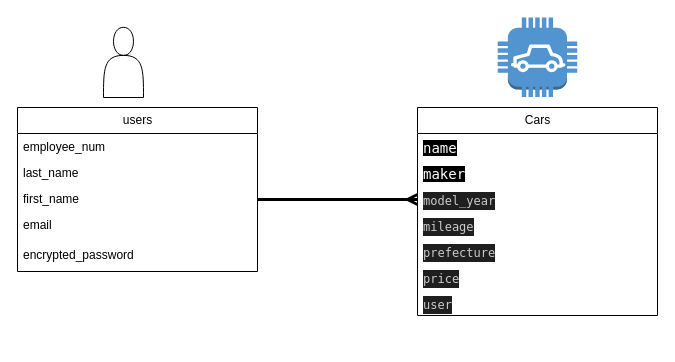
The draw.io diagram ER図.dio in shoei555/car_strage, before the edit. Source tidied: cells renumbered, new cells numbered last; positions are measured from the earlier drawing's top-left corner, leaving out a move shared by most shapes. Both pictures are drawn from the tidied source at 100%, with x=0, y=0 at pixel (17, 17).
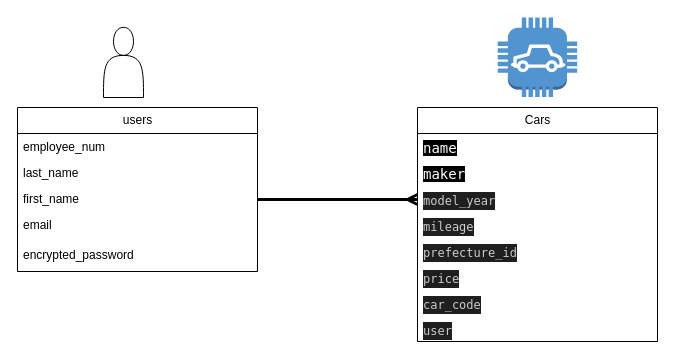
The same diagram, later.

Commit message (it also covers changes not shown here):
ER図,ReadMe編集

Change to the diagram source:
```diff
@@
     <mxCell id="8" value="Cars" style="swimlane;fontStyle=0;horizontal=1;startSize=26;fillColor=none;html=1;" parent="1" vertex="1">
-      <mxGeometry x="400" y="90" width="240" height="208" as="geometry" />
+      <mxGeometry x="400" y="90" width="240" height="234" as="geometry" />
     </mxCell>
@@
-    <mxCell id="13" value="&lt;div style=&quot;color: rgb(204, 204, 204); background-color: rgb(31, 31, 31); font-family: Menlo, Monaco, &amp;quot;Courier New&amp;quot;, monospace; line-height: 18px;&quot;&gt;prefecture&lt;/div&gt;" style="text;strokeColor=none;fillColor=none;align=left;verticalAlign=top;spacingLeft=4;spacingRight=4;overflow=hidden;whiteSpace=wrap;html=1;" parent="8" vertex="1">
+    <mxCell id="13" value="&lt;div style=&quot;color: rgb(204, 204, 204); background-color: rgb(31, 31, 31); font-family: Menlo, Monaco, &amp;quot;Courier New&amp;quot;, monospace; line-height: 18px;&quot;&gt;prefecture_id&lt;/div&gt;" style="text;strokeColor=none;fillColor=none;align=left;verticalAlign=top;spacingLeft=4;spacingRight=4;overflow=hidden;whiteSpace=wrap;html=1;" parent="8" vertex="1">
       <mxGeometry y="130" width="240" height="26" as="geometry" />
     </mxCell>
@@
+    <mxCell id="19" value="&lt;div style=&quot;color: rgb(204, 204, 204); background-color: rgb(31, 31, 31); font-family: Menlo, Monaco, &amp;quot;Courier New&amp;quot;, monospace; line-height: 18px;&quot;&gt;car_code&lt;/div&gt;" style="text;strokeColor=none;fillColor=none;align=left;verticalAlign=top;spacingLeft=4;spacingRight=4;overflow=hidden;whiteSpace=wrap;html=1;" parent="8" vertex="1">
+      <mxGeometry y="182" width="240" height="26" as="geometry" />
+    </mxCell>
     <mxCell id="15" value="&lt;div style=&quot;color: rgb(204, 204, 204); background-color: rgb(31, 31, 31); font-family: Menlo, Monaco, &amp;quot;Courier New&amp;quot;, monospace; line-height: 18px;&quot;&gt;user&lt;/div&gt;" style="text;strokeColor=none;fillColor=none;align=left;verticalAlign=top;spacingLeft=4;spacingRight=4;overflow=hidden;whiteSpace=wrap;html=1;" parent="8" vertex="1">
-      <mxGeometry y="182" width="240" height="26" as="geometry" />
+      <mxGeometry y="208" width="240" height="26" as="geometry" />
     </mxCell>
```
